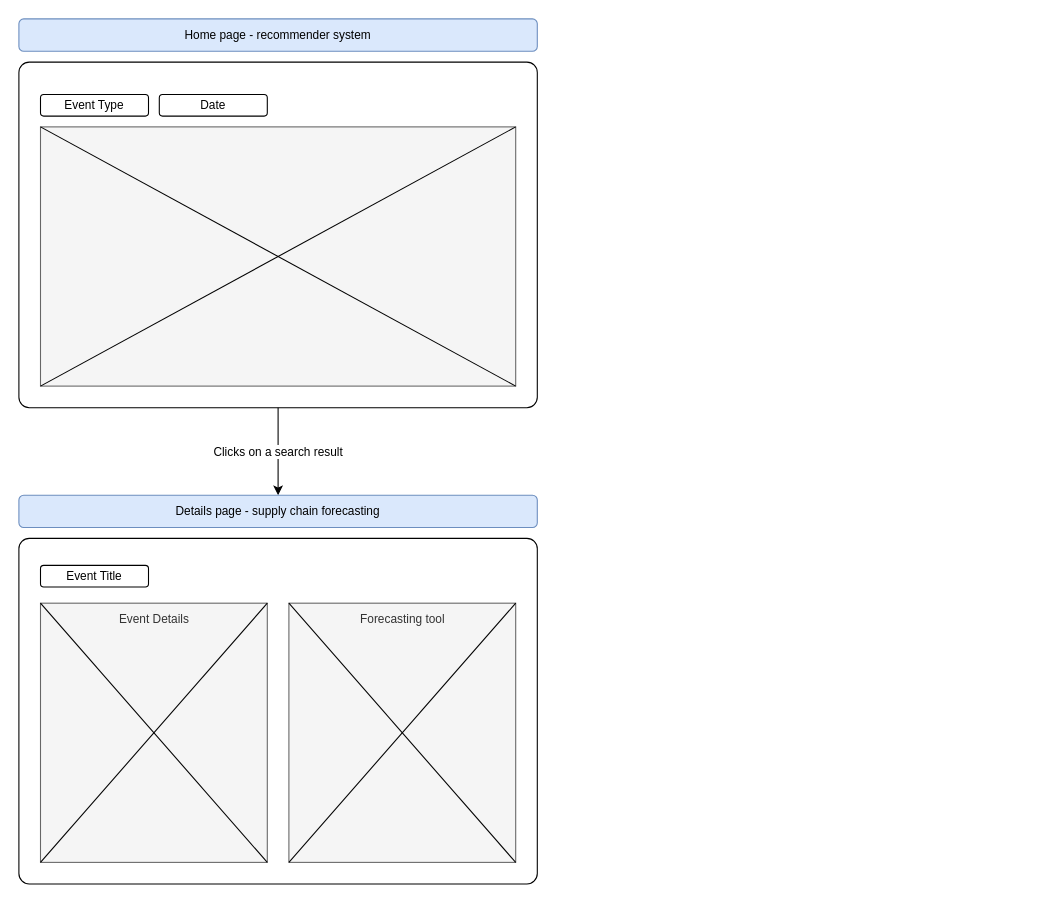
This is sketch/User flow diagram.drawio from sur-sakthy/topics-of-ai-project, a draw.io file, before an edit. Source tidied: cells renumbered, new cells numbered last; positions are measured from the earlier drawing's top-left corner, leaving out a move shared by most shapes. Both pictures are drawn from the tidied source at 108%, with x=0, y=0 at pixel (18, 18).
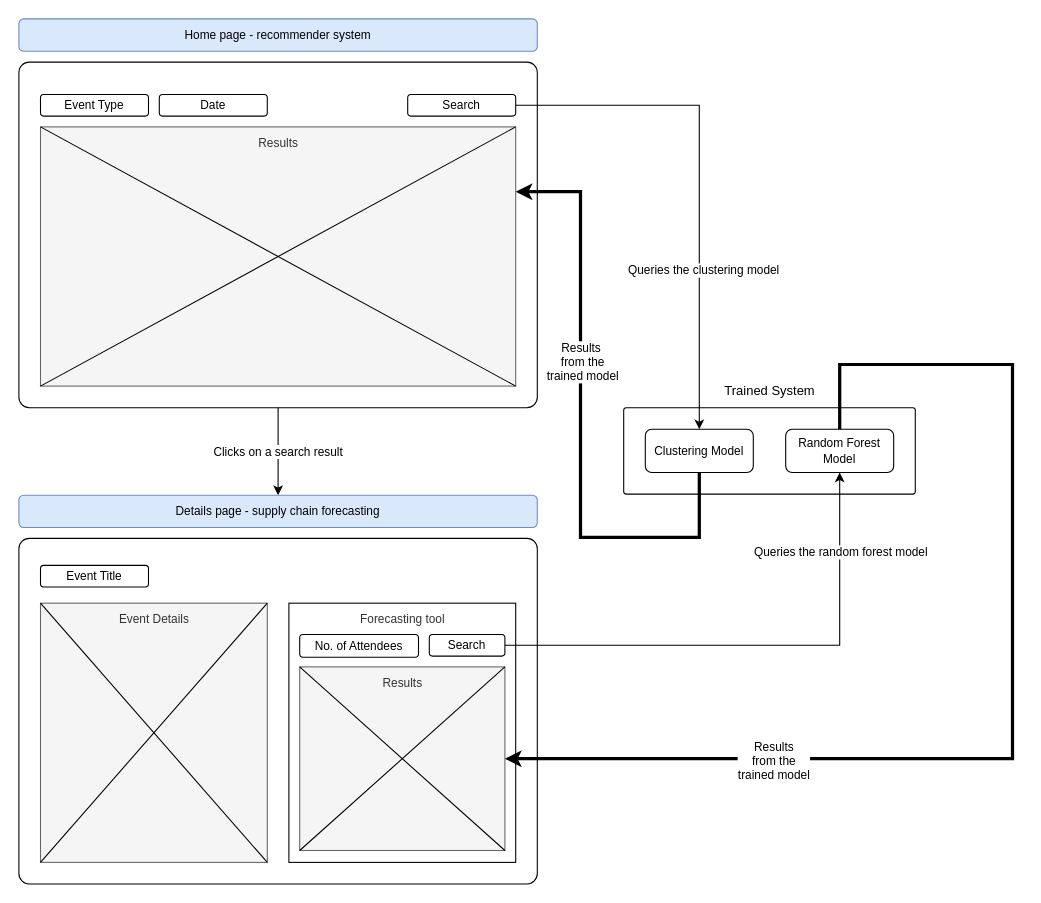
The same diagram, later.

Commit message (it also covers changes not shown here):
add/update sketches and flow diagrams

The edit, as a diff of the source:
```diff
@@
+    <mxCell id="21" style="group;" parent="1" vertex="1">
+      <mxGeometry x="560" y="360" width="270" height="80" as="geometry" />
+    </mxCell>
+    <mxCell id="22" style="rounded=1;whiteSpace=wrap;html=1;rotation=0;sketch=0;glass=0;shadow=0;arcSize=3;" parent="21" vertex="1">
+      <mxGeometry width="270" height="80" as="geometry" />
+    </mxCell>
+    <mxCell id="23" value="&lt;font style=&quot;font-size: 11px;&quot;&gt;Clustering Model&lt;/font&gt;" style="rounded=1;whiteSpace=wrap;html=1;shadow=0;glass=0;sketch=0;" parent="21" vertex="1">
+      <mxGeometry x="20" y="20" width="100" height="40" as="geometry" />
+    </mxCell>
+    <mxCell id="24" value="&lt;span style=&quot;font-size: 11px;&quot;&gt;Random Forest Model&lt;/span&gt;" style="rounded=1;whiteSpace=wrap;html=1;shadow=0;glass=0;sketch=0;" parent="21" vertex="1">
+      <mxGeometry x="150" y="20" width="100" height="40" as="geometry" />
+    </mxCell>
@@
-    <mxCell id="5" style="rounded=0;whiteSpace=wrap;html=1;shadow=0;glass=0;sketch=0;fontSize=11;arcSize=3;fillColor=#f5f5f5;fontColor=#333333;strokeColor=#666666;" parent="1" vertex="1">
-      <mxGeometry x="20" y="100" width="440" height="240" as="geometry" />
-    </mxCell>
-    <mxCell id="6" style="endArrow=none;html=1;rounded=0;fontSize=11;exitX=0;exitY=1;exitDx=0;exitDy=0;entryX=1;entryY=0;entryDx=0;entryDy=0;" parent="1" edge="1" source="5" target="5">
-      <mxGeometry relative="1" as="geometry" />
-    </mxCell>
-    <mxCell id="7" style="endArrow=none;html=1;rounded=0;fontSize=11;exitX=0;exitY=0;exitDx=0;exitDy=0;entryX=1;entryY=1;entryDx=0;entryDy=0;" parent="1" edge="1" source="5" target="5">
-      <mxGeometry relative="1" as="geometry" />
-    </mxCell>
@@
-    <mxCell id="14" style="rounded=0;whiteSpace=wrap;html=1;shadow=0;glass=0;sketch=0;fontSize=11;arcSize=3;fillColor=#f5f5f5;fontColor=#333333;strokeColor=#666666;" parent="1" vertex="1">
+    <mxCell id="14" style="rounded=0;whiteSpace=wrap;html=1;shadow=0;glass=0;sketch=0;fontSize=11;arcSize=3;" parent="1" vertex="1">
       <mxGeometry x="250" y="541" width="210" height="240" as="geometry" />
     </mxCell>
-    <mxCell id="15" style="endArrow=none;html=1;rounded=0;fontSize=11;exitX=0;exitY=1;exitDx=0;exitDy=0;entryX=1;entryY=0;entryDx=0;entryDy=0;" parent="1" edge="1" source="14" target="14">
-      <mxGeometry relative="1" as="geometry" />
-    </mxCell>
@@
-    <mxCell id="17" style="endArrow=none;html=1;rounded=0;fontSize=11;exitX=0;exitY=0;exitDx=0;exitDy=0;entryX=1;entryY=1;entryDx=0;entryDy=0;" parent="1" edge="1" source="14" target="14">
-      <mxGeometry relative="1" as="geometry" />
-    </mxCell>
@@
+    <mxCell id="25" style="edgeStyle=orthogonalEdgeStyle;rounded=0;jettySize=auto;html=1;exitX=1;exitY=0.5;exitDx=0;exitDy=0;" parent="1" edge="1" source="27" target="23">
+      <mxGeometry relative="1" as="geometry" />
+    </mxCell>
+    <mxCell id="26" value="Queries the clustering model" style="edgeLabel;html=1;align=center;verticalAlign=middle;" parent="25" vertex="1">
+      <mxGeometry x="0.37" y="3" relative="1" as="geometry" />
+    </mxCell>
+    <mxCell id="27" value="&lt;font style=&quot;font-size: 11px;&quot;&gt;Search&lt;/font&gt;" style="rounded=1;whiteSpace=wrap;html=1;shadow=0;glass=0;sketch=0;" parent="1" vertex="1">
+      <mxGeometry x="360" y="70" width="100" height="20" as="geometry" />
+    </mxCell>
+    <mxCell id="28" value="&lt;span style=&quot;font-size: 11px;&quot;&gt;No. of Attendees&lt;/span&gt;" style="rounded=1;whiteSpace=wrap;html=1;shadow=0;glass=0;sketch=0;" parent="1" vertex="1">
+      <mxGeometry x="260" y="570" width="110" height="21" as="geometry" />
+    </mxCell>
+    <mxCell id="29" style="edgeStyle=orthogonalEdgeStyle;rounded=0;jettySize=auto;html=1;exitX=1;exitY=0.5;exitDx=0;exitDy=0;entryX=0.5;entryY=1;entryDx=0;entryDy=0;" parent="1" edge="1" source="31" target="24">
+      <mxGeometry relative="1" as="geometry" />
+    </mxCell>
+    <mxCell id="30" value="Queries the random forest model" style="edgeLabel;html=1;align=center;verticalAlign=middle;" parent="29" vertex="1">
+      <mxGeometry x="0.69" relative="1" as="geometry" />
+    </mxCell>
+    <mxCell id="31" value="&lt;font style=&quot;font-size: 11px;&quot;&gt;Search&lt;/font&gt;" style="rounded=1;whiteSpace=wrap;html=1;shadow=0;glass=0;sketch=0;" parent="1" vertex="1">
+      <mxGeometry x="380" y="570" width="70" height="20" as="geometry" />
+    </mxCell>
+    <mxCell id="32" style="group;" parent="1" vertex="1">
+      <mxGeometry x="20" y="100" width="440" height="240" as="geometry" />
+    </mxCell>
+    <mxCell id="5" style="rounded=0;whiteSpace=wrap;html=1;shadow=0;glass=0;sketch=0;fontSize=11;arcSize=3;fillColor=#f5f5f5;fontColor=#333333;strokeColor=#666666;" parent="32" vertex="1">
+      <mxGeometry width="440" height="240" as="geometry" />
+    </mxCell>
+    <mxCell id="6" style="endArrow=none;html=1;rounded=0;fontSize=11;exitX=0;exitY=1;exitDx=0;exitDy=0;entryX=1;entryY=0;entryDx=0;entryDy=0;" parent="32" edge="1" source="5" target="5">
+      <mxGeometry relative="1" as="geometry" />
+    </mxCell>
+    <mxCell id="7" style="endArrow=none;html=1;rounded=0;fontSize=11;exitX=0;exitY=0;exitDx=0;exitDy=0;entryX=1;entryY=1;entryDx=0;entryDy=0;" parent="32" edge="1" source="5" target="5">
+      <mxGeometry relative="1" as="geometry" />
+    </mxCell>
+    <mxCell id="33" value="&lt;span style=&quot;color: rgb(51, 51, 51);&quot;&gt;Results&lt;/span&gt;" style="text;html=1;align=center;verticalAlign=middle;fillColor=none;strokeColor=none;rounded=0;shadow=0;glass=0;sketch=0;fontSize=11;" parent="32" vertex="1">
+      <mxGeometry x="190" width="60" height="30" as="geometry" />
+    </mxCell>
+    <mxCell id="34" style="group;" parent="1" vertex="1">
+      <mxGeometry x="260" y="610" width="190" height="170" as="geometry" />
+    </mxCell>
+    <mxCell id="35" style="rounded=0;whiteSpace=wrap;html=1;shadow=0;glass=0;sketch=0;fontSize=11;arcSize=3;fillColor=#f5f5f5;fontColor=#333333;strokeColor=#666666;" parent="34" vertex="1">
+      <mxGeometry y="-10" width="190" height="170" as="geometry" />
+    </mxCell>
+    <mxCell id="36" style="endArrow=none;html=1;rounded=0;fontSize=11;exitX=0;exitY=1;exitDx=0;exitDy=0;entryX=1;entryY=0;entryDx=0;entryDy=0;" parent="34" edge="1" source="35" target="35">
+      <mxGeometry relative="1" as="geometry" />
+    </mxCell>
+    <mxCell id="37" style="endArrow=none;html=1;rounded=0;fontSize=11;exitX=0;exitY=0;exitDx=0;exitDy=0;entryX=1;entryY=1;entryDx=0;entryDy=0;" parent="34" edge="1" source="35" target="35">
+      <mxGeometry relative="1" as="geometry" />
+    </mxCell>
+    <mxCell id="38" value="&lt;span style=&quot;color: rgb(51, 51, 51);&quot;&gt;Results&lt;/span&gt;" style="text;html=1;align=center;verticalAlign=middle;fillColor=none;strokeColor=none;rounded=0;shadow=0;glass=0;sketch=0;fontSize=11;" parent="34" vertex="1">
+      <mxGeometry x="65" y="-10" width="60" height="30" as="geometry" />
+    </mxCell>
+    <mxCell id="39" style="edgeStyle=orthogonalEdgeStyle;rounded=0;jettySize=auto;html=1;exitX=0.5;exitY=1;exitDx=0;exitDy=0;entryX=1;entryY=0.25;entryDx=0;entryDy=0;strokeWidth=3;" parent="1" edge="1" source="23" target="5">
+      <mxGeometry relative="1" as="geometry">
+        <Array as="points">
+          <mxPoint x="630" y="480" />
+          <mxPoint x="520" y="480" />
+          <mxPoint x="520" y="160" />
+        </Array>
+      </mxGeometry>
+    </mxCell>
+    <mxCell id="40" value="Results&amp;nbsp;&lt;br&gt;from the&lt;br&gt;trained model" style="edgeLabel;html=1;align=center;verticalAlign=middle;" parent="39" vertex="1">
+      <mxGeometry x="0.21" y="-1" relative="1" as="geometry" />
+    </mxCell>
+    <mxCell id="41" style="edgeStyle=orthogonalEdgeStyle;rounded=0;jettySize=auto;html=1;exitX=0.5;exitY=0;exitDx=0;exitDy=0;entryX=1;entryY=0.5;entryDx=0;entryDy=0;strokeWidth=3;" parent="1" edge="1" source="24" target="35">
+      <mxGeometry relative="1" as="geometry">
+        <Array as="points">
+          <mxPoint x="760" y="320" />
+          <mxPoint x="920" y="320" />
+          <mxPoint x="920" y="685" />
+        </Array>
+      </mxGeometry>
+    </mxCell>
+    <mxCell id="42" value="Results &lt;br&gt;from the &lt;br&gt;trained model" style="edgeLabel;html=1;align=center;verticalAlign=middle;" parent="41" vertex="1">
+      <mxGeometry x="0.53" y="1" relative="1" as="geometry" />
+    </mxCell>
+    <mxCell id="43" value="Trained System" style="text;html=1;align=center;verticalAlign=middle;fillColor=none;strokeColor=none;rounded=0;" parent="1" vertex="1">
+      <mxGeometry x="640" y="330" width="110" height="30" as="geometry" />
+    </mxCell>
```
